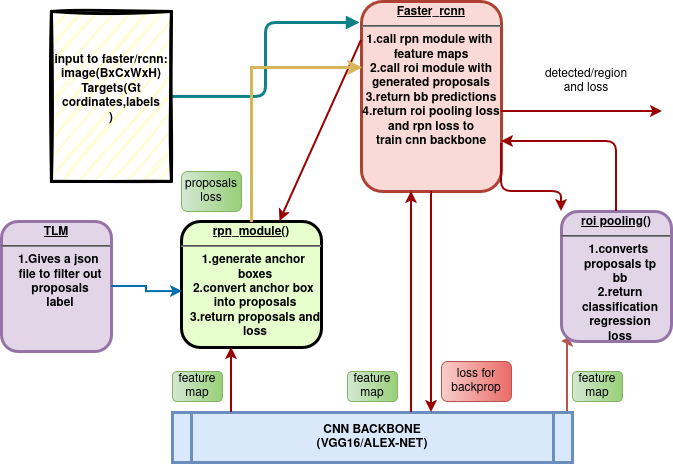
Before: faster_rcnn.drawio.png, a diagram exported from draw.io (akash-nepak/image_processing_node). Source tidied: cells renumbered, new cells last; positions are measured from the earlier drawing's top-left corner, leaving out a move shared by most shapes. Its diagram source:
```xml
<mxGraphModel>
  <root>
    <mxCell id="0" />
    <mxCell id="1" parent="0" />
    <mxCell id="2" value="&lt;p style=&quot;margin: 4px 0px 0px; text-align: center; text-decoration: underline;&quot;&gt;&lt;strong&gt;rpn_module()&lt;/strong&gt;&lt;/p&gt;&lt;hr&gt;&lt;p style=&quot;margin: 0px; margin-left: 8px;&quot;&gt;1.generate anchor&amp;nbsp;&lt;/p&gt;&lt;p style=&quot;margin: 0px; margin-left: 8px;&quot;&gt;boxes&lt;/p&gt;&lt;p style=&quot;margin: 0px; margin-left: 8px;&quot;&gt;2.convert anchor box&amp;nbsp;&lt;/p&gt;&lt;p style=&quot;margin: 0px; margin-left: 8px;&quot;&gt;into proposals&lt;/p&gt;&lt;p style=&quot;margin: 0px; margin-left: 8px;&quot;&gt;3.return proposals and&lt;/p&gt;&lt;p style=&quot;margin: 0px; margin-left: 8px;&quot;&gt;loss&lt;/p&gt;" style="verticalAlign=middle;align=center;overflow=fill;fontSize=12;fontFamily=Helvetica;html=1;rounded=1;fontStyle=1;strokeWidth=3;fillColor=#E6FFCC;" parent="1" vertex="1">
      <mxGeometry x="180" y="220" width="140" height="126" as="geometry" />
    </mxCell>
    <mxCell id="3" style="edgeStyle=elbowEdgeStyle;rounded=1;jettySize=auto;html=1;entryX=-0.014;entryY=0.111;entryDx=0;entryDy=0;endArrow=block;endFill=1;fillColor=#b0e3e6;strokeColor=#0e8088;sourcePerimeterSpacing=0;strokeWidth=3;entryPerimeter=0;" parent="1" edge="1" source="4" target="7">
      <mxGeometry relative="1" as="geometry" />
    </mxCell>
    <mxCell id="4" value="input to faster/rcnn:&#10;image(BxCxWxH)&#10;Targets(Gt cordinates,labels&#10;)&#10;" style="whiteSpace=wrap;align=center;verticalAlign=middle;fontStyle=1;strokeWidth=3;fillColor=#FFFFCC;glass=0;shadow=0;sketch=1;curveFitting=1;jiggle=2;" parent="1" vertex="1">
      <mxGeometry x="50" y="10" width="120" height="170" as="geometry" />
    </mxCell>
    <mxCell id="5" style="edgeStyle=elbowEdgeStyle;rounded=0;jettySize=auto;html=1;exitX=1;exitY=0;exitDx=0;exitDy=0;entryX=0;entryY=1;entryDx=0;entryDy=0;sourcePerimeterSpacing=11;targetPerimeterSpacing=1;strokeWidth=2;fillColor=#f8cecc;gradientColor=#ea6b66;strokeColor=#b85450;" parent="1" edge="1" source="6" target="8">
      <mxGeometry relative="1" as="geometry" />
    </mxCell>
    <mxCell id="6" value="CNN BACKBONE&#10;(VGG16/ALEX-NET)" style="shape=process;whiteSpace=wrap;align=center;verticalAlign=middle;size=0.0475;fontStyle=1;strokeWidth=3;fillColor=#dae8fc;strokeColor=#6c8ebf;" parent="1" vertex="1">
      <mxGeometry x="171" y="411" width="400" height="50" as="geometry" />
    </mxCell>
    <mxCell id="7" value="&lt;p style=&quot;margin: 4px 0px 0px; text-align: center; text-decoration: underline;&quot;&gt;&lt;strong&gt;Faster_rcnn&lt;/strong&gt;&lt;/p&gt;&lt;hr&gt;&lt;div&gt;1.call rpn module with&amp;nbsp;&lt;/div&gt;&lt;div&gt;feature maps&lt;/div&gt;&lt;div&gt;2.call roi module with&lt;/div&gt;&lt;div&gt;generated proposals&lt;/div&gt;&lt;div&gt;3.return bb predictions&lt;/div&gt;&lt;div&gt;4.return roi pooling loss&lt;/div&gt;&lt;div&gt;and rpn loss to&lt;/div&gt;&lt;div&gt;train cnn backbone&lt;/div&gt;" style="verticalAlign=middle;align=center;overflow=fill;fontSize=12;fontFamily=Helvetica;html=1;rounded=1;fontStyle=1;strokeWidth=3;fillColor=#fad9d5;imageWidth=25;imageHeight=28;fillOpacity=96;strokeColor=#ae4132;" parent="1" vertex="1">
      <mxGeometry x="360" width="140" height="190" as="geometry" />
    </mxCell>
    <mxCell id="8" value="&lt;p style=&quot;margin: 4px 0px 0px; text-align: center; text-decoration: underline;&quot;&gt;&lt;strong&gt;roi pooling()&lt;/strong&gt;&lt;/p&gt;&lt;hr&gt;&lt;p style=&quot;margin: 0px; margin-left: 8px;&quot;&gt;1.converts&amp;nbsp;&lt;/p&gt;&lt;p style=&quot;margin: 0px; margin-left: 8px;&quot;&gt;proposals tp&lt;/p&gt;&lt;p style=&quot;margin: 0px; margin-left: 8px;&quot;&gt;bb&lt;/p&gt;&lt;p style=&quot;margin: 0px; margin-left: 8px;&quot;&gt;2.return&lt;/p&gt;&lt;p style=&quot;margin: 0px; margin-left: 8px;&quot;&gt;classification&lt;/p&gt;&lt;p style=&quot;margin: 0px; margin-left: 8px;&quot;&gt;regression&lt;/p&gt;&lt;p style=&quot;margin: 0px; margin-left: 8px;&quot;&gt;loss&lt;/p&gt;&lt;p style=&quot;margin: 0px; margin-left: 8px;&quot;&gt;&lt;br&gt;&lt;/p&gt;" style="verticalAlign=middle;align=center;overflow=fill;fontSize=12;fontFamily=Helvetica;html=1;rounded=1;fontStyle=1;strokeWidth=3;fillColor=#e1d5e7;strokeColor=#9673a6;" parent="1" vertex="1">
      <mxGeometry x="560" y="210" width="110" height="130" as="geometry" />
    </mxCell>
    <mxCell id="9" style="edgeStyle=none;noEdgeStyle=1;strokeColor=#990000;strokeWidth=2;exitX=0;exitY=0.205;exitDx=0;exitDy=0;exitPerimeter=0;" parent="1" edge="1" source="7" target="2">
      <mxGeometry relative="1" as="geometry" />
    </mxCell>
    <mxCell id="10" style="edgeStyle=elbowEdgeStyle;elbow=horizontal;strokeColor=#990000;strokeWidth=2;" parent="1" edge="1" source="6" target="2">
      <mxGeometry relative="1" as="geometry">
        <Array as="points">
          <mxPoint x="230" y="390" />
        </Array>
      </mxGeometry>
    </mxCell>
    <mxCell id="11" style="edgeStyle=elbowEdgeStyle;elbow=horizontal;strokeColor=#990000;strokeWidth=2;" parent="1" edge="1" source="6" target="7">
      <mxGeometry relative="1" as="geometry">
        <Array as="points">
          <mxPoint x="410" y="330" />
        </Array>
      </mxGeometry>
    </mxCell>
    <mxCell id="12" style="edgeStyle=elbowEdgeStyle;elbow=horizontal;strokeColor=#990000;strokeWidth=2;" parent="1" edge="1" source="7" target="6">
      <mxGeometry relative="1" as="geometry">
        <Array as="points">
          <mxPoint x="430" y="340" />
        </Array>
      </mxGeometry>
    </mxCell>
    <mxCell id="13" style="edgeStyle=elbowEdgeStyle;elbow=horizontal;strokeColor=#990000;strokeWidth=2;" parent="1" edge="1" source="7">
      <mxGeometry relative="1" as="geometry">
        <mxPoint x="661" y="110" as="targetPoint" />
        <Array as="points">
          <mxPoint x="415" y="160" />
        </Array>
      </mxGeometry>
    </mxCell>
    <mxCell id="14" style="edgeStyle=elbowEdgeStyle;elbow=vertical;strokeColor=#990000;strokeWidth=2;" parent="1" edge="1" source="8">
      <mxGeometry relative="1" as="geometry">
        <mxPoint x="500" y="140" as="targetPoint" />
        <Array as="points">
          <mxPoint x="500" y="140" />
        </Array>
      </mxGeometry>
    </mxCell>
    <mxCell id="15" style="edgeStyle=segmentEdgeStyle;strokeColor=#990000;strokeWidth=2;exitX=1;exitY=0.75;exitDx=0;exitDy=0;" parent="1" edge="1" source="7" target="8">
      <mxGeometry relative="1" as="geometry">
        <Array as="points">
          <mxPoint x="500" y="190" />
          <mxPoint x="560" y="190" />
        </Array>
      </mxGeometry>
    </mxCell>
    <mxCell id="16" value="&lt;div&gt;detected/region&lt;/div&gt;&lt;div&gt;and loss&lt;/div&gt;" style="text;html=1;whiteSpace=wrap;strokeColor=none;fillColor=none;align=center;verticalAlign=middle;rounded=0;" parent="1" vertex="1">
      <mxGeometry x="540" y="60" width="90" height="40" as="geometry" />
    </mxCell>
    <mxCell id="17" value="feature map" style="text;html=1;whiteSpace=wrap;fillColor=#d5e8d4;align=center;verticalAlign=middle;rounded=1;strokeColor=#82b366;gradientColor=#97d077;glass=0;gradientDirection=east;" parent="1" vertex="1">
      <mxGeometry x="171" y="370" width="50" height="30" as="geometry" />
    </mxCell>
    <mxCell id="18" value="feature map" style="text;html=1;whiteSpace=wrap;fillColor=#d5e8d4;align=center;verticalAlign=middle;rounded=1;strokeColor=#82b366;gradientColor=#97d077;glass=0;gradientDirection=east;" parent="1" vertex="1">
      <mxGeometry x="571" y="370" width="50" height="30" as="geometry" />
    </mxCell>
    <mxCell id="19" value="feature map" style="text;html=1;whiteSpace=wrap;fillColor=#d5e8d4;align=center;verticalAlign=middle;rounded=1;strokeColor=#82b366;gradientColor=#97d077;glass=0;gradientDirection=east;" parent="1" vertex="1">
      <mxGeometry x="346" y="370" width="50" height="30" as="geometry" />
    </mxCell>
    <mxCell id="20" value="loss for backprop" style="text;html=1;whiteSpace=wrap;fillColor=#f8cecc;align=center;verticalAlign=middle;rounded=1;strokeColor=#b85450;gradientColor=#ea6b66;glass=0;gradientDirection=east;" parent="1" vertex="1">
      <mxGeometry x="440" y="360" width="70" height="40" as="geometry" />
    </mxCell>
    <mxCell id="21" style="edgeStyle=orthogonalEdgeStyle;rounded=0;jettySize=auto;html=1;exitX=0.5;exitY=0;exitDx=0;exitDy=0;entryX=0.007;entryY=0.347;entryDx=0;entryDy=0;entryPerimeter=0;strokeWidth=3;fillColor=#fff2cc;gradientColor=#ffd966;strokeColor=#d6b656;" parent="1" edge="1" source="2" target="7">
      <mxGeometry relative="1" as="geometry" />
    </mxCell>
    <mxCell id="22" value="&lt;div&gt;proposals&lt;/div&gt;&lt;div&gt;loss&lt;/div&gt;" style="text;html=1;whiteSpace=wrap;fillColor=#d5e8d4;align=center;verticalAlign=middle;rounded=1;strokeColor=#82b366;gradientColor=#97d077;glass=0;gradientDirection=east;" parent="1" vertex="1">
      <mxGeometry x="180" y="170" width="60" height="40" as="geometry" />
    </mxCell>
    <mxCell id="23" value="&lt;p style=&quot;margin: 4px 0px 0px; text-align: center; text-decoration: underline;&quot;&gt;TLM&lt;/p&gt;&lt;hr&gt;&lt;p style=&quot;margin: 0px; margin-left: 8px;&quot;&gt;1.Gives a json&amp;nbsp;&lt;/p&gt;&lt;p style=&quot;margin: 0px; margin-left: 8px;&quot;&gt;file to filter out&lt;/p&gt;&lt;p style=&quot;margin: 0px; margin-left: 8px;&quot;&gt;proposals&lt;/p&gt;&lt;p style=&quot;margin: 0px; margin-left: 8px;&quot;&gt;label&lt;/p&gt;&lt;p style=&quot;margin: 0px; margin-left: 8px;&quot;&gt;&lt;br&gt;&lt;/p&gt;" style="verticalAlign=middle;align=center;overflow=fill;fontSize=12;fontFamily=Helvetica;html=1;rounded=1;fontStyle=1;strokeWidth=3;fillColor=#e1d5e7;strokeColor=#9673a6;" parent="1" vertex="1">
      <mxGeometry y="220" width="110" height="130" as="geometry" />
    </mxCell>
    <mxCell id="24" style="edgeStyle=orthogonalEdgeStyle;rounded=0;jettySize=auto;html=1;entryX=0.007;entryY=0.556;entryDx=0;entryDy=0;entryPerimeter=0;strokeWidth=2;fillColor=#1ba1e2;strokeColor=#006EAF;" parent="1" edge="1" source="23" target="2">
      <mxGeometry relative="1" as="geometry" />
    </mxCell>
  </root>
</mxGraphModel>
```
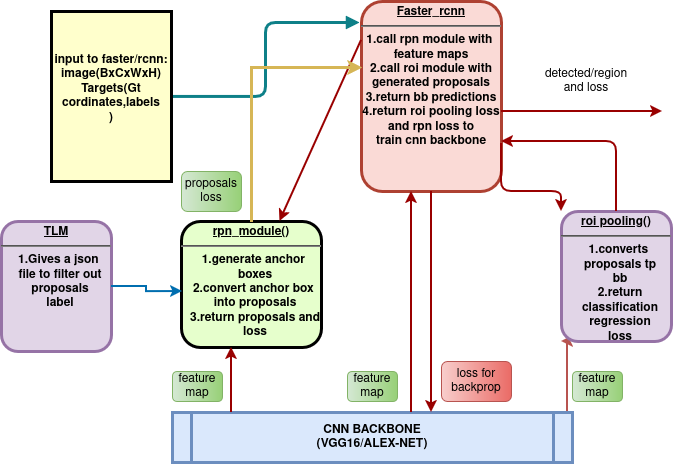
After the commit.

What changed in the source:
```diff
@@ -8,7 +8,7 @@
     <mxCell id="3" style="edgeStyle=elbowEdgeStyle;rounded=1;jettySize=auto;html=1;entryX=-0.014;entryY=0.111;entryDx=0;entryDy=0;endArrow=block;endFill=1;fillColor=#b0e3e6;strokeColor=#0e8088;sourcePerimeterSpacing=0;strokeWidth=3;entryPerimeter=0;" parent="1" edge="1" source="4" target="7">
       <mxGeometry relative="1" as="geometry" />
     </mxCell>
-    <mxCell id="4" value="input to faster/rcnn:&#10;image(BxCxWxH)&#10;Targets(Gt cordinates,labels&#10;)&#10;" style="whiteSpace=wrap;align=center;verticalAlign=middle;fontStyle=1;strokeWidth=3;fillColor=#FFFFCC;glass=0;shadow=0;sketch=1;curveFitting=1;jiggle=2;" parent="1" vertex="1">
+    <mxCell id="4" value="input to faster/rcnn:&#10;image(BxCxWxH)&#10;Targets(Gt cordinates,labels&#10;)&#10;" style="whiteSpace=wrap;align=center;verticalAlign=middle;fontStyle=1;strokeWidth=3;fillColor=#FFFFCC;glass=0;shadow=0;" parent="1" vertex="1">
       <mxGeometry x="50" y="10" width="120" height="170" as="geometry" />
     </mxCell>
     <mxCell id="5" style="edgeStyle=elbowEdgeStyle;rounded=0;jettySize=auto;html=1;exitX=1;exitY=0;exitDx=0;exitDy=0;entryX=0;entryY=1;entryDx=0;entryDy=0;sourcePerimeterSpacing=11;targetPerimeterSpacing=1;strokeWidth=2;fillColor=#f8cecc;gradientColor=#ea6b66;strokeColor=#b85450;" parent="1" edge="1" source="6" target="8">
```
